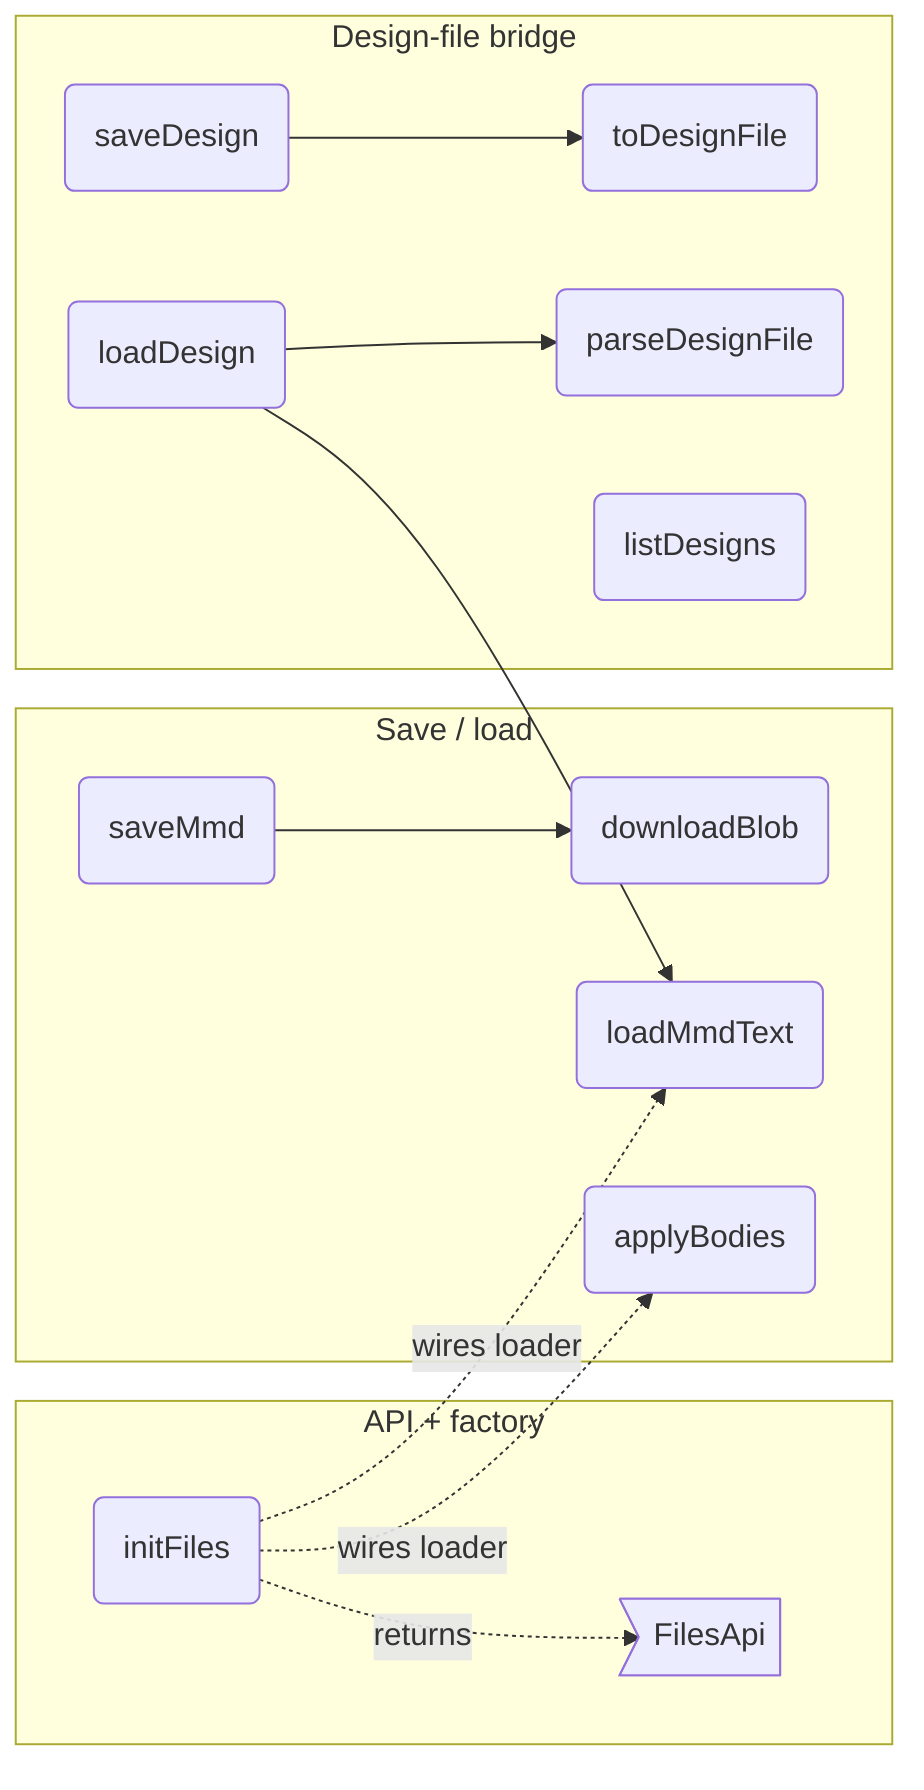
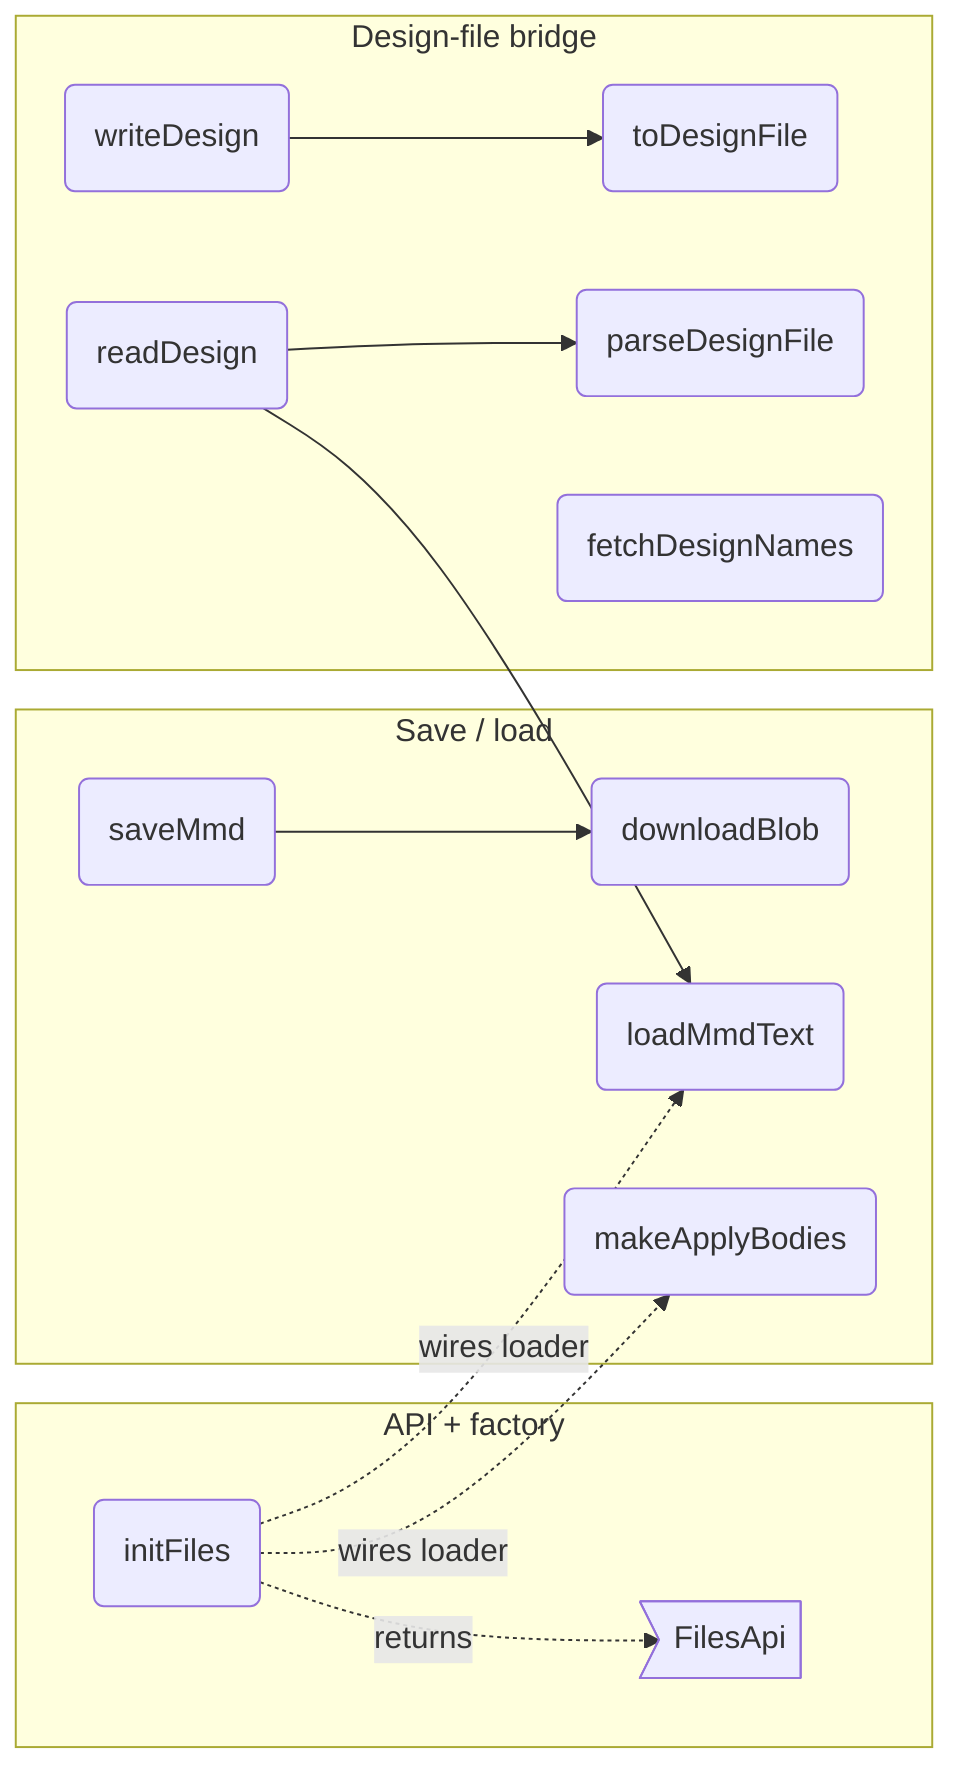
flowchart LR
%% root files

%% src FilesApi src/io/files.ts#FilesApi
%% kind FilesApi type
%% fm:meta FilesApi name=FilesApi
- %% fm:meta FilesApi desc=public surface: saveMmd, loadMmdText, loadBodies
+ %% fm:meta FilesApi desc=public surface: saveMmd, loadMmdText, loadBodies, listDesigns, saveDesign, loadDesign

%% src initFiles src/io/files.ts#initFiles
%% kind initFiles function
%% fm:meta initFiles name=initFiles
%% fm:meta initFiles desc=wire save plus the hidden .mmd and bodies.json file inputs, bound to ctx; the load verbs are exposed on FilesApi (loadMmdText, loadBodies) so the unfold io tab and the legacy inputs share one code path
%% fm:meta initFiles i0.name=initFiles
%% fm:meta initFiles i0.accepts=ctx: AppContext
%% fm:meta initFiles i0.accepts=mermaid: MermaidApi
%% fm:meta initFiles i0.accepts=camera: CameraApi
%% fm:meta initFiles i0.returns=FilesApi

%% src saveMmd src/io/files.ts#saveMmd
%% kind saveMmd function
%% fm:meta saveMmd name=saveMmd
%% fm:meta saveMmd desc=download the current diagram as a diagram.mmd text file
%% fm:meta saveMmd i0.name=saveMmd
%% fm:meta saveMmd i0.returns=void

%% src downloadBlob src/io/files.ts#downloadBlob
%% kind downloadBlob function
%% fm:meta downloadBlob name=downloadBlob
%% fm:meta downloadBlob desc=trigger a browser download for a blob with a given filename
%% fm:meta downloadBlob i0.name=downloadBlob
%% fm:meta downloadBlob i0.accepts=blob: Blob
%% fm:meta downloadBlob i0.accepts=name: string
%% fm:meta downloadBlob i0.returns=void

%% src loadMmdText src/io/files.ts#loadMmdText
%% kind loadMmdText function
%% fm:meta loadMmdText name=loadMmdText
%% fm:meta loadMmdText desc=replace the diagram from .mmd text: apply through the mermaid module (the only parse path) then zoom to fit — the one code path behind the legacy hidden input and the unfold io tab
%% fm:meta loadMmdText i0.name=loadMmdText
%% fm:meta loadMmdText i0.accepts=text: string
%% fm:meta loadMmdText i0.returns=void

- %% src applyBodies src/io/files.ts#applyBodies
- %% kind applyBodies function
- %% fm:meta applyBodies name=applyBodies
- %% fm:meta applyBodies desc=validate a parsed bodies.json object into ctx.bodies for the source viewer
- %% fm:meta applyBodies i0.name=applyBodies
- %% fm:meta applyBodies i0.accepts=raw: unknown
- %% fm:meta applyBodies i0.returns=void
+ %% src makeApplyBodies src/io/files.ts#makeApplyBodies
+ %% kind makeApplyBodies function
+ %% fm:meta makeApplyBodies name=makeApplyBodies
+ %% fm:meta makeApplyBodies desc=builds the bodies.json applier (FilesApi.loadBodies): validate a parsed bodies.json object into ctx.bodies for the source viewer, toasting every outcome
+ %% fm:meta makeApplyBodies i0.name=makeApplyBodies
+ %% fm:meta makeApplyBodies i0.accepts=ctx: AppContext
+ %% fm:meta makeApplyBodies i0.accepts=bodiesLabel: HTMLElement | null
+ %% fm:meta makeApplyBodies i0.returns=(raw: unknown) => void

%% parent f_api files
%% parent f_io files

  subgraph f_api ["API + factory"]
    FilesApi>"FilesApi"]
    initFiles("initFiles")
  end
  subgraph f_io ["Save / load"]
    saveMmd("saveMmd")
    downloadBlob("downloadBlob")
    loadMmdText("loadMmdText")
-     applyBodies("applyBodies")
+     makeApplyBodies("makeApplyBodies")
  end

  subgraph f_design ["Design-file bridge"]
    toDesignFile("toDesignFile")
    parseDesignFile("parseDesignFile")
-     listDesigns("listDesigns")
-     saveDesign("saveDesign")
-     loadDesign("loadDesign")
+     fetchDesignNames("fetchDesignNames")
+     writeDesign("writeDesign")
+     readDesign("readDesign")
  end

  saveMmd --> downloadBlob
  initFiles -.->|returns| FilesApi
  initFiles -.->|wires loader| loadMmdText
-   initFiles -.->|wires loader| applyBodies
-   saveDesign --> toDesignFile
-   loadDesign --> parseDesignFile
-   loadDesign --> loadMmdText
+   initFiles -.->|wires loader| makeApplyBodies
+   writeDesign --> toDesignFile
+   readDesign --> parseDesignFile
+   readDesign --> loadMmdText

%% parent f_design files

%% src toDesignFile src/io/files.ts#toDesignFile
%% kind toDesignFile function
%% fm:meta toDesignFile name=toDesignFile
%% fm:meta toDesignFile desc=serialize a design draft to .design.mmd text: the mermaid body, then a single trailing `%% design-ui <uiJson>` envelope line
%% fm:meta toDesignFile i0.name=toDesignFile
%% fm:meta toDesignFile i0.accepts=mmd: string
%% fm:meta toDesignFile i0.accepts=uiJson: string
%% fm:meta toDesignFile i0.returns=string

%% src parseDesignFile src/io/files.ts#parseDesignFile
%% kind parseDesignFile function
%% fm:meta parseDesignFile name=parseDesignFile
%% fm:meta parseDesignFile desc=parse .design.mmd text into { body, uiJson } by splitting off a single trailing `%% design-ui ...` envelope line; uiJson is '' when no envelope is present
%% fm:meta parseDesignFile i0.name=parseDesignFile
%% fm:meta parseDesignFile i0.accepts=text: string
%% fm:meta parseDesignFile i0.returns={ body: string; uiJson: string }

- %% src listDesigns src/io/files.ts#listDesigns
- %% kind listDesigns function
- %% fm:meta listDesigns name=listDesigns
- %% fm:meta listDesigns desc=list saved design draft names by GETting /novakai/designs; returns [] if the dev file bridge is absent
- %% fm:meta listDesigns i0.name=listDesigns
- %% fm:meta listDesigns i0.returns=Promise<string[]>
+ %% src fetchDesignNames src/io/files.ts#fetchDesignNames
+ %% kind fetchDesignNames function
+ %% fm:meta fetchDesignNames name=fetchDesignNames
+ %% fm:meta fetchDesignNames desc=list saved design draft names by GETting /novakai/designs (FilesApi.listDesigns); returns [] if the dev file bridge is absent
+ %% fm:meta fetchDesignNames i0.name=fetchDesignNames
+ %% fm:meta fetchDesignNames i0.returns=Promise<string[]>

- %% src saveDesign src/io/files.ts#saveDesign
- %% kind saveDesign function
- %% fm:meta saveDesign name=saveDesign
- %% fm:meta saveDesign desc=persist the current draft as designs/<name>.design.mmd via POST to the dev file bridge, using toMermaid() and ctx.hooks.getDesignDraft()
- %% fm:meta saveDesign i0.name=saveDesign
- %% fm:meta saveDesign i0.accepts=name: string
- %% fm:meta saveDesign i0.returns=Promise<void>
+ %% src writeDesign src/io/files.ts#writeDesign
+ %% kind writeDesign function
+ %% fm:meta writeDesign name=writeDesign
+ %% fm:meta writeDesign desc=persist the current draft as designs/<name>.design.mmd via POST to the dev file bridge (FilesApi.saveDesign), using toMermaid() and ctx.hooks.getDesignDraft()
+ %% fm:meta writeDesign i0.name=writeDesign
+ %% fm:meta writeDesign i0.accepts=ctx: AppContext
+ %% fm:meta writeDesign i0.accepts=mermaid: MermaidApi
+ %% fm:meta writeDesign i0.accepts=name: string
+ %% fm:meta writeDesign i0.returns=Promise<void>

- %% src loadDesign src/io/files.ts#loadDesign
- %% kind loadDesign function
- %% fm:meta loadDesign name=loadDesign
- %% fm:meta loadDesign desc=load designs/<name>.design.mmd via the dev bridge and restore both the diagram (loadMmdText) and the UI draft (ctx.hooks.restoreDesignDraft); no-op if the bridge is absent
- %% fm:meta loadDesign i0.name=loadDesign
- %% fm:meta loadDesign i0.accepts=name: string
- %% fm:meta loadDesign i0.returns=Promise<void>
+ %% src readDesign src/io/files.ts#readDesign
+ %% kind readDesign function
+ %% fm:meta readDesign name=readDesign
+ %% fm:meta readDesign desc=load designs/<name>.design.mmd via the dev bridge (FilesApi.loadDesign) and restore both the diagram (loadMmdText) and the UI draft (ctx.hooks.restoreDesignDraft); no-op if the bridge is absent
+ %% fm:meta readDesign i0.name=readDesign
+ %% fm:meta readDesign i0.accepts=ctx: AppContext
+ %% fm:meta readDesign i0.accepts=loadMmdText: (text: string) => void
+ %% fm:meta readDesign i0.accepts=name: string
+ %% fm:meta readDesign i0.returns=Promise<void>
